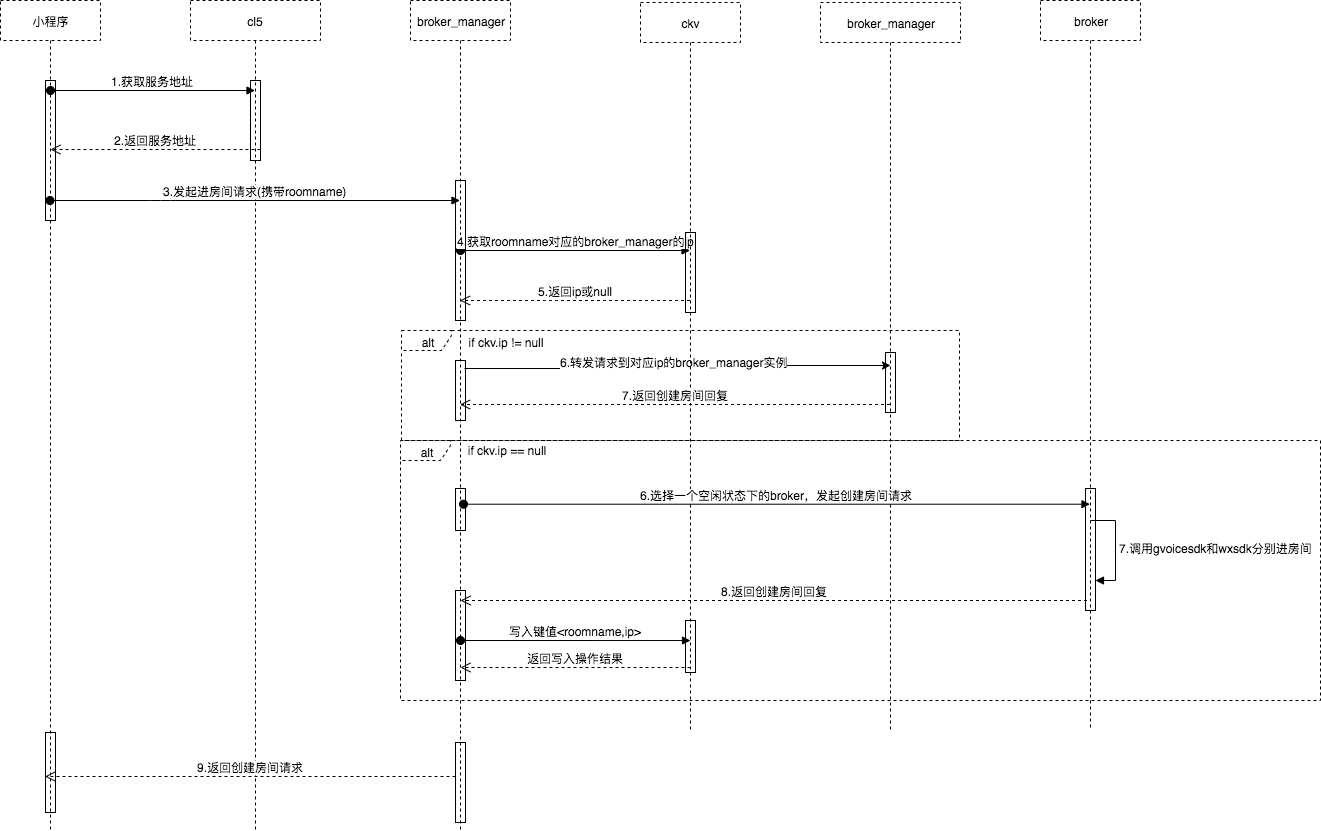
The draw.io diagram 信令uml时序图.png in HDX180/hello_world, before a commit. Source tidied: cells renumbered, new cells last; positions are measured from the earlier drawing's top-left corner, leaving out a move shared by most shapes.
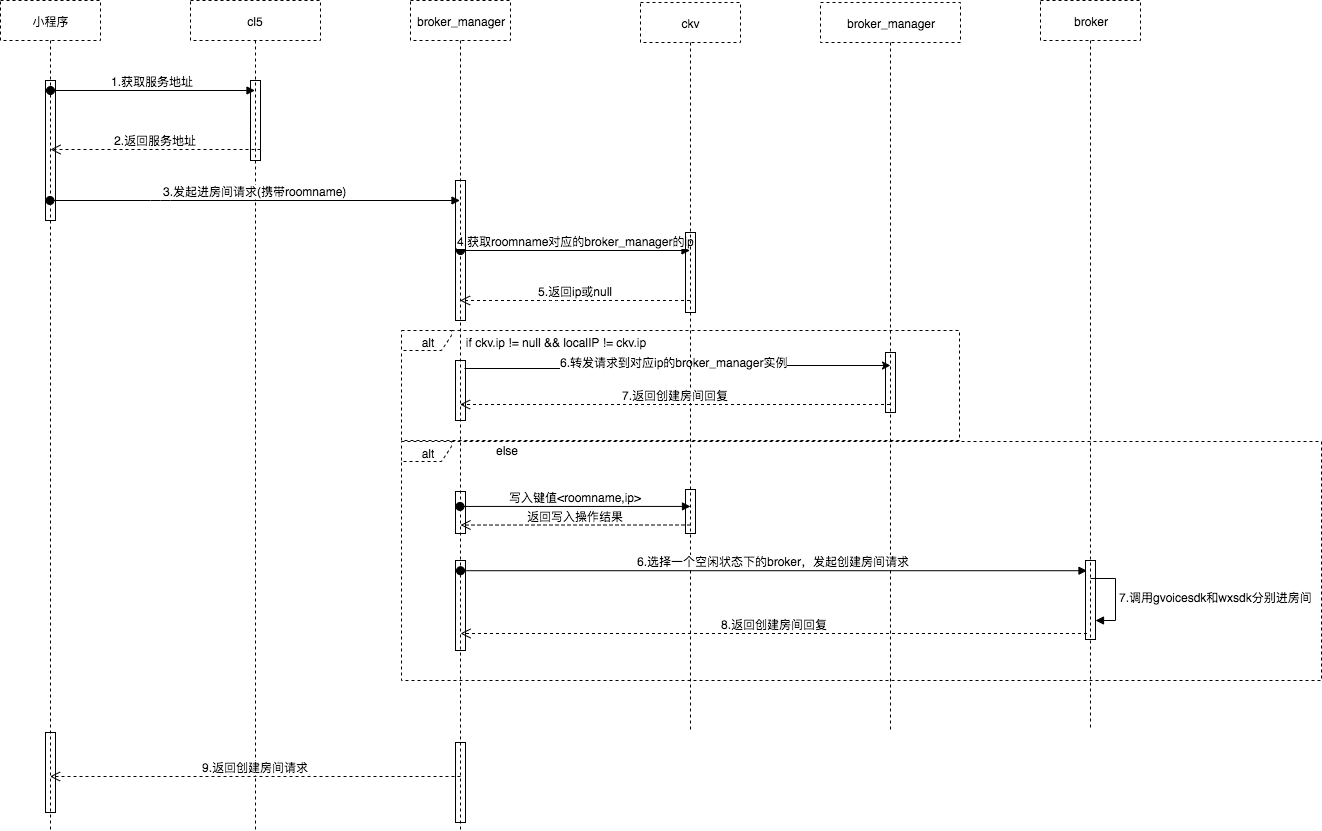
The same diagram one commit later.

Commit message:
Added 信令uml时序图.png

Change to the diagram source:
```diff
@@ -34,13 +34,8 @@
       <mxGeometry x="45" y="742" width="10" height="80" as="geometry" />
     </mxCell>
     <mxCell id="11" style="html=1;perimeter=orthogonalPerimeter;fillColor=none;" parent="7" vertex="1">
-      <mxGeometry x="45" y="590" width="10" height="90" as="geometry" />
+      <mxGeometry x="45" y="560" width="10" height="90" as="geometry" />
     </mxCell>
-    <mxCell id="12" value="写入键值&amp;lt;roomname,ip&amp;gt;" style="html=1;verticalAlign=bottom;startArrow=oval;startFill=1;endArrow=block;startSize=8;entryX=0.5;entryY=0.385;entryDx=0;entryDy=0;entryPerimeter=0;" parent="7" edge="1" target="15">
-      <mxGeometry relative="1" as="geometry">
-        <mxPoint x="50" y="640" as="sourcePoint" />
-      </mxGeometry>
-    </mxCell>
     <mxCell id="13" value="ckv" style="shape=umlLifeline;perimeter=lifelinePerimeter;whiteSpace=wrap;html=1;outlineConnect=0;dashed=1;fillColor=none;" parent="1" vertex="1">
       <mxGeometry x="640" y="2" width="100" height="730" as="geometry" />
     </mxCell>
@@ -48,7 +43,7 @@
       <mxGeometry x="45" y="230" width="10" height="80" as="geometry" />
     </mxCell>
     <mxCell id="15" style="html=1;points=[];perimeter=orthogonalPerimeter;fillColor=none;" parent="13" vertex="1">
-      <mxGeometry x="45" y="618" width="10" height="52" as="geometry" />
+      <mxGeometry x="45" y="487" width="10" height="44" as="geometry" />
     </mxCell>
     <mxCell id="16" value="cl5" style="shape=umlLifeline;perimeter=lifelinePerimeter;whiteSpace=wrap;html=1;outlineConnect=0;dashed=1;fillColor=none;" parent="1" vertex="1">
       <mxGeometry x="190" width="130" height="830" as="geometry" />
@@ -87,11 +82,14 @@
     <mxCell id="23" value="broker" style="shape=umlLifeline;perimeter=lifelinePerimeter;whiteSpace=wrap;html=1;dashed=1;fillColor=none;" parent="1" vertex="1">
       <mxGeometry x="1040" width="100" height="730" as="geometry" />
     </mxCell>
+    <mxCell id="33" style="html=1;points=[];perimeter=orthogonalPerimeter;fillColor=none;" parent="23" vertex="1">
+      <mxGeometry x="45" y="560" width="10" height="79" as="geometry" />
+    </mxCell>
     <mxCell id="24" value="alt" style="shape=umlFrame;whiteSpace=wrap;html=1;dashed=1;fillColor=none;verticalAlign=bottom;width=50;height=20;" parent="1" vertex="1">
       <mxGeometry x="401" y="330" width="558" height="110" as="geometry" />
     </mxCell>
-    <mxCell id="25" value="if ckv.ip != null" style="text;html=1;strokeColor=none;fillColor=none;align=center;verticalAlign=middle;whiteSpace=wrap;rounded=0;dashed=1;" parent="1" vertex="1">
-      <mxGeometry x="450" y="332" width="110" height="20" as="geometry" />
+    <mxCell id="25" value="if ckv.ip != null &amp;amp;&amp;amp; localIP != ckv.ip" style="text;html=1;strokeColor=none;fillColor=none;align=center;verticalAlign=middle;whiteSpace=wrap;rounded=0;dashed=1;" parent="1" vertex="1">
+      <mxGeometry x="450" y="332" width="210" height="20" as="geometry" />
     </mxCell>
     <mxCell id="26" value="7.返回创建房间回复" style="html=1;verticalAlign=bottom;endArrow=open;dashed=1;endSize=8;" parent="1" edge="1">
       <mxGeometry relative="1" as="geometry">
@@ -99,19 +97,19 @@
         <mxPoint x="459.5" y="404" as="targetPoint" />
       </mxGeometry>
     </mxCell>
-    <mxCell id="27" value="if ckv.ip == null" style="text;html=1;strokeColor=none;fillColor=none;align=center;verticalAlign=middle;whiteSpace=wrap;rounded=0;dashed=1;" parent="1" vertex="1">
+    <mxCell id="27" value="else" style="text;html=1;strokeColor=none;fillColor=none;align=center;verticalAlign=middle;whiteSpace=wrap;rounded=0;dashed=1;" parent="1" vertex="1">
       <mxGeometry x="451" y="440" width="110" height="20" as="geometry" />
     </mxCell>
     <mxCell id="28" value="6.选择一个空闲状态下的broker，发起创建房间请求" style="html=1;verticalAlign=bottom;startArrow=oval;startFill=1;endArrow=block;startSize=8;exitX=0.53;exitY=0.727;exitDx=0;exitDy=0;exitPerimeter=0;" parent="1" edge="1">
       <mxGeometry relative="1" as="geometry">
-        <mxPoint x="463" y="503.7" as="sourcePoint" />
-        <mxPoint x="1089.5" y="503.7" as="targetPoint" />
+        <mxPoint x="460" y="570.2" as="sourcePoint" />
+        <mxPoint x="1086.5" y="570.2" as="targetPoint" />
       </mxGeometry>
     </mxCell>
     <mxCell id="29" value="9.返回创建房间请求" style="html=1;verticalAlign=bottom;endArrow=open;dashed=1;endSize=8;" parent="1" edge="1">
       <mxGeometry relative="1" as="geometry">
-        <mxPoint x="455" y="776" as="sourcePoint" />
-        <mxPoint x="44.5" y="776" as="targetPoint" />
+        <mxPoint x="460" y="776" as="sourcePoint" />
+        <mxPoint x="49.5" y="776" as="targetPoint" />
       </mxGeometry>
     </mxCell>
     <mxCell id="30" style="html=1;points=[];perimeter=orthogonalPerimeter;fillColor=none;" parent="1" vertex="1">
@@ -121,34 +119,34 @@
       <mxGeometry x="885" y="352" width="10" height="60" as="geometry" />
     </mxCell>
     <mxCell id="32" style="html=1;perimeter=orthogonalPerimeter;fillColor=none;" parent="1" vertex="1">
-      <mxGeometry x="455" y="488" width="10" height="42" as="geometry" />
+      <mxGeometry x="455" y="491" width="10" height="42" as="geometry" />
     </mxCell>
-    <mxCell id="33" style="html=1;points=[];perimeter=orthogonalPerimeter;fillColor=none;" parent="1" vertex="1">
-      <mxGeometry x="1085" y="488" width="10" height="122" as="geometry" />
-    </mxCell>
     <mxCell id="34" value="7.调用gvoicesdk和wxsdk分别进房间" style="edgeStyle=orthogonalEdgeStyle;html=1;align=left;spacingLeft=2;endArrow=block;rounded=0;" parent="1" edge="1" target="33">
       <mxGeometry relative="1" as="geometry">
-        <mxPoint x="1090" y="520" as="sourcePoint" />
+        <mxPoint x="1090" y="578" as="sourcePoint" />
         <Array as="points">
-          <mxPoint x="1115" y="520" />
-          <mxPoint x="1115" y="580" />
+          <mxPoint x="1115" y="578" />
+          <mxPoint x="1115" y="620" />
         </Array>
       </mxGeometry>
     </mxCell>
     <mxCell id="35" value="alt" style="shape=umlFrame;whiteSpace=wrap;html=1;dashed=1;fillColor=none;verticalAlign=bottom;width=50;height=20;" parent="1" vertex="1">
-      <mxGeometry x="400" y="440" width="920" height="260" as="geometry" />
+      <mxGeometry x="401" y="441" width="920" height="239" as="geometry" />
     </mxCell>
     <mxCell id="36" value="8.返回创建房间回复" style="html=1;verticalAlign=bottom;endArrow=open;dashed=1;endSize=8;entryX=0.53;entryY=0.775;entryDx=0;entryDy=0;entryPerimeter=0;" parent="1" edge="1">
       <mxGeometry relative="1" as="geometry">
-        <mxPoint x="1086.5" y="600" as="sourcePoint" />
-        <mxPoint x="460" y="600" as="targetPoint" />
+        <mxPoint x="1086.5" y="633" as="sourcePoint" />
+        <mxPoint x="460" y="633" as="targetPoint" />
       </mxGeometry>
     </mxCell>
     <mxCell id="37" value="返回写入操作结果" style="html=1;verticalAlign=bottom;endArrow=open;dashed=1;endSize=8;entryX=0.5;entryY=0.778;entryDx=0;entryDy=0;entryPerimeter=0;" parent="1" edge="1">
       <mxGeometry relative="1" as="geometry">
-        <mxPoint x="690" y="667" as="sourcePoint" />
-        <mxPoint x="460" y="667" as="targetPoint" />
+        <mxPoint x="690" y="524.5" as="sourcePoint" />
+        <mxPoint x="460" y="524.5" as="targetPoint" />
       </mxGeometry>
     </mxCell>
+    <mxCell id="12" value="写入键值&amp;lt;roomname,ip&amp;gt;" style="html=1;verticalAlign=bottom;startArrow=oval;startFill=1;endArrow=block;startSize=8;entryX=0.5;entryY=0.385;entryDx=0;entryDy=0;entryPerimeter=0;" parent="1" edge="1" source="7" target="15">
+      <mxGeometry relative="1" as="geometry" />
+    </mxCell>
   </root>
 </mxGraphModel>
```
